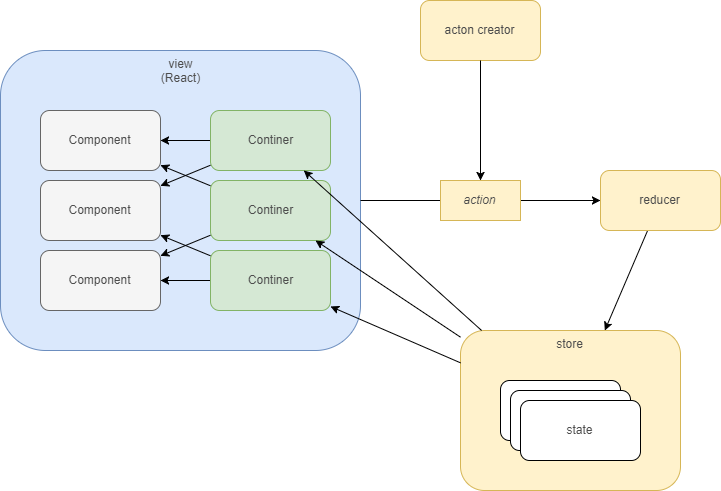
The draw.io diagram document/react-redux.png in ebi311/Electron-React-Redux-TypeScript, before a commit. Source tidied: cells renumbered, new cells last; positions are measured from the earlier drawing's top-left corner, leaving out a move shared by most shapes. Its diagram source:
```xml
<mxGraphModel background="#ffffff">
  <root>
    <mxCell id="0" />
    <mxCell id="1" parent="0" />
    <mxCell id="2" value="view&lt;br&gt;(React)&lt;br&gt;" style="rounded=1;whiteSpace=wrap;html=1;strokeColor=#6c8ebf;fillColor=#dae8fc;fontSize=12;fontColor=#4D4D4D;align=center;verticalAlign=top;" parent="1" vertex="1">
      <mxGeometry y="50" width="360" height="300" as="geometry" />
    </mxCell>
    <mxCell id="3" style="edgeStyle=none;rounded=0;html=1;jettySize=auto;strokeColor=#000000;strokeWidth=1;fontSize=12;fontColor=#4D4D4D;" parent="1" edge="1" source="4" target="21">
      <mxGeometry relative="1" as="geometry" />
    </mxCell>
    <mxCell id="4" value="reducer&lt;br&gt;" style="rounded=1;whiteSpace=wrap;html=1;strokeColor=#d6b656;fillColor=#fff2cc;fontSize=12;fontColor=#4D4D4D;align=center;" parent="1" vertex="1">
      <mxGeometry x="600" y="170" width="120" height="60" as="geometry" />
    </mxCell>
    <mxCell id="5" style="edgeStyle=none;rounded=0;html=1;jettySize=auto;strokeColor=#000000;strokeWidth=1;fontSize=12;fontColor=#4D4D4D;" parent="1" edge="1" source="2" target="4">
      <mxGeometry relative="1" as="geometry" />
    </mxCell>
    <mxCell id="6" value="action&lt;br&gt;" style="rounded=0;whiteSpace=wrap;html=1;strokeColor=#d6b656;fillColor=#fff2cc;fontSize=12;fontColor=#4D4D4D;align=center;fontStyle=2;" parent="1" vertex="1">
      <mxGeometry x="440" y="180" width="80" height="40" as="geometry" />
    </mxCell>
    <mxCell id="7" style="edgeStyle=none;rounded=0;html=1;jettySize=auto;strokeColor=#000000;strokeWidth=1;fontSize=12;fontColor=#4D4D4D;fillColor=#dae8fc;" parent="1" edge="1" source="9" target="16">
      <mxGeometry relative="1" as="geometry" />
    </mxCell>
    <mxCell id="8" style="edgeStyle=none;rounded=0;html=1;jettySize=auto;strokeColor=#000000;strokeWidth=1;fontSize=12;fontColor=#4D4D4D;" parent="1" edge="1" source="9" target="17">
      <mxGeometry relative="1" as="geometry" />
    </mxCell>
    <mxCell id="9" value="Continer&lt;br&gt;" style="rounded=1;whiteSpace=wrap;html=1;strokeColor=#82b366;fillColor=#d5e8d4;fontSize=12;fontColor=#4D4D4D;align=center;" parent="1" vertex="1">
      <mxGeometry x="210" y="110" width="120" height="60" as="geometry" />
    </mxCell>
    <mxCell id="10" style="edgeStyle=none;rounded=0;html=1;jettySize=auto;strokeColor=#000000;strokeWidth=1;fontSize=12;fontColor=#4D4D4D;" parent="1" edge="1" source="12" target="18">
      <mxGeometry relative="1" as="geometry" />
    </mxCell>
    <mxCell id="11" style="edgeStyle=none;rounded=0;html=1;jettySize=auto;strokeColor=#000000;strokeWidth=1;fontSize=12;fontColor=#4D4D4D;" parent="1" edge="1" source="12" target="16">
      <mxGeometry relative="1" as="geometry" />
    </mxCell>
    <mxCell id="12" value="Continer&lt;br&gt;" style="rounded=1;whiteSpace=wrap;html=1;strokeColor=#82b366;fillColor=#d5e8d4;fontSize=12;fontColor=#4D4D4D;align=center;" parent="1" vertex="1">
      <mxGeometry x="210" y="180" width="120" height="60" as="geometry" />
    </mxCell>
    <mxCell id="13" style="edgeStyle=none;rounded=0;html=1;jettySize=auto;strokeColor=#000000;strokeWidth=1;fontSize=12;fontColor=#4D4D4D;" parent="1" edge="1" source="15" target="17">
      <mxGeometry relative="1" as="geometry" />
    </mxCell>
    <mxCell id="14" style="edgeStyle=none;rounded=0;html=1;jettySize=auto;strokeColor=#000000;strokeWidth=1;fontSize=12;fontColor=#4D4D4D;" parent="1" edge="1" source="15" target="18">
      <mxGeometry relative="1" as="geometry" />
    </mxCell>
    <mxCell id="15" value="Continer&lt;br&gt;" style="rounded=1;whiteSpace=wrap;html=1;strokeColor=#82b366;fillColor=#d5e8d4;fontSize=12;fontColor=#4D4D4D;align=center;" parent="1" vertex="1">
      <mxGeometry x="210" y="250" width="120" height="60" as="geometry" />
    </mxCell>
    <mxCell id="16" value="Component&lt;br&gt;" style="rounded=1;whiteSpace=wrap;html=1;strokeColor=#666666;fillColor=#f5f5f5;fontSize=12;fontColor=#4D4D4D;align=center;" parent="1" vertex="1">
      <mxGeometry x="40" y="110" width="120" height="60" as="geometry" />
    </mxCell>
    <mxCell id="17" value="Component&lt;br&gt;" style="rounded=1;whiteSpace=wrap;html=1;strokeColor=#666666;fillColor=#f5f5f5;fontSize=12;fontColor=#4D4D4D;align=center;" parent="1" vertex="1">
      <mxGeometry x="40" y="180" width="120" height="60" as="geometry" />
    </mxCell>
    <mxCell id="18" value="Component&lt;br&gt;" style="rounded=1;whiteSpace=wrap;html=1;strokeColor=#666666;fillColor=#f5f5f5;fontSize=12;fontColor=#4D4D4D;align=center;" parent="1" vertex="1">
      <mxGeometry x="40" y="250" width="120" height="60" as="geometry" />
    </mxCell>
    <mxCell id="19" value="acton creator&lt;br&gt;" style="rounded=1;whiteSpace=wrap;html=1;strokeColor=#d6b656;fillColor=#fff2cc;fontSize=12;fontColor=#4D4D4D;align=center;" parent="1" vertex="1">
      <mxGeometry x="420" width="120" height="60" as="geometry" />
    </mxCell>
    <mxCell id="20" style="group;" parent="1" vertex="1">
      <mxGeometry x="460" y="330" width="220" height="160" as="geometry" />
    </mxCell>
    <mxCell id="21" value="store&lt;br&gt;" style="rounded=1;whiteSpace=wrap;html=1;strokeColor=#d6b656;fillColor=#fff2cc;fontSize=12;fontColor=#4D4D4D;align=center;verticalAlign=top;" parent="20" vertex="1">
      <mxGeometry width="220" height="160" as="geometry" />
    </mxCell>
    <mxCell id="22" style="group;" parent="20" vertex="1">
      <mxGeometry x="40" y="50" width="140" height="80" as="geometry" />
    </mxCell>
    <mxCell id="23" value="state" style="rounded=1;whiteSpace=wrap;html=1;strokeColor=#000000;fillColor=#ffffff;fontSize=12;fontColor=#4D4D4D;align=center;" parent="22" vertex="1">
      <mxGeometry width="120" height="60" as="geometry" />
    </mxCell>
    <mxCell id="24" value="state" style="rounded=1;whiteSpace=wrap;html=1;strokeColor=#000000;fillColor=#ffffff;fontSize=12;fontColor=#4D4D4D;align=center;" parent="22" vertex="1">
      <mxGeometry x="10" y="10" width="120" height="60" as="geometry" />
    </mxCell>
    <mxCell id="25" value="state" style="rounded=1;strokeColor=#000000;fillColor=#ffffff;fontSize=12;fontColor=#4D4D4D;align=center;whiteSpace=wrap;html=1;" parent="22" vertex="1">
      <mxGeometry x="20" y="20" width="120" height="60" as="geometry" />
    </mxCell>
    <mxCell id="26" style="edgeStyle=none;rounded=0;html=1;jettySize=auto;strokeColor=#000000;strokeWidth=1;fontSize=12;fontColor=#4D4D4D;" parent="1" edge="1" source="21" target="9">
      <mxGeometry relative="1" as="geometry" />
    </mxCell>
    <mxCell id="27" style="edgeStyle=none;rounded=0;html=1;jettySize=auto;strokeColor=#000000;strokeWidth=1;fontSize=12;fontColor=#4D4D4D;" parent="1" edge="1" source="21" target="12">
      <mxGeometry relative="1" as="geometry" />
    </mxCell>
    <mxCell id="28" style="edgeStyle=none;rounded=0;html=1;jettySize=auto;strokeColor=#000000;strokeWidth=1;fontSize=12;fontColor=#4D4D4D;" parent="1" edge="1" source="21" target="15">
      <mxGeometry relative="1" as="geometry" />
    </mxCell>
    <mxCell id="29" style="edgeStyle=none;rounded=0;html=1;jettySize=auto;strokeColor=#000000;strokeWidth=1;fontSize=12;fontColor=#4D4D4D;" parent="1" edge="1" source="19" target="6">
      <mxGeometry relative="1" as="geometry" />
    </mxCell>
  </root>
</mxGraphModel>
```
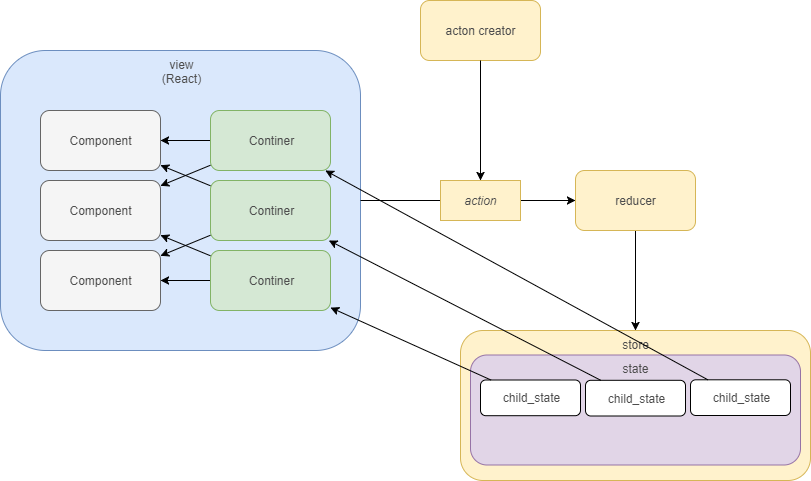
Later version of the same file.

Commit message:
画像の変更・追加

The edit, as a diff of the source:
```diff
@@ -2,6 +2,30 @@
   <root>
     <mxCell id="0" />
     <mxCell id="1" parent="0" />
+    <mxCell id="30" style="group;" parent="1" vertex="1">
+      <mxGeometry x="460" y="330" width="350" height="150" as="geometry" />
+    </mxCell>
+    <mxCell id="21" value="store&lt;br&gt;" style="rounded=1;whiteSpace=wrap;html=1;strokeColor=#d6b656;fillColor=#fff2cc;fontSize=12;fontColor=#4D4D4D;align=center;verticalAlign=top;" parent="30" vertex="1">
+      <mxGeometry width="350" height="150" as="geometry" />
+    </mxCell>
+    <mxCell id="31" style="group;" parent="30" vertex="1">
+      <mxGeometry x="10" y="24.5" width="330" height="110" as="geometry" />
+    </mxCell>
+    <mxCell id="32" value="state" style="rounded=1;whiteSpace=wrap;html=1;strokeColor=#9673a6;fillColor=#e1d5e7;fontSize=12;fontColor=#4D4D4D;align=center;verticalAlign=top;" parent="31" vertex="1">
+      <mxGeometry width="330" height="110" as="geometry" />
+    </mxCell>
+    <mxCell id="33" style="group;" parent="31" vertex="1">
+      <mxGeometry x="20" y="25" width="250" height="36" as="geometry" />
+    </mxCell>
+    <mxCell id="23" value="child_state" style="rounded=1;whiteSpace=wrap;html=1;strokeColor=#000000;fillColor=#ffffff;fontSize=12;fontColor=#4D4D4D;align=center;" parent="33" vertex="1">
+      <mxGeometry x="-10" width="100" height="35.7" as="geometry" />
+    </mxCell>
+    <mxCell id="24" value="child_state" style="rounded=1;whiteSpace=wrap;html=1;strokeColor=#000000;fillColor=#ffffff;fontSize=12;fontColor=#4D4D4D;align=center;" parent="33" vertex="1">
+      <mxGeometry x="95" y="0.3" width="100" height="35.7" as="geometry" />
+    </mxCell>
+    <mxCell id="25" value="child_state" style="rounded=1;strokeColor=#000000;fillColor=#ffffff;fontSize=12;fontColor=#4D4D4D;align=center;whiteSpace=wrap;html=1;" parent="33" vertex="1">
+      <mxGeometry x="200" y="-0.2" width="100" height="35.7" as="geometry" />
+    </mxCell>
     <mxCell id="2" value="view&lt;br&gt;(React)&lt;br&gt;" style="rounded=1;whiteSpace=wrap;html=1;strokeColor=#6c8ebf;fillColor=#dae8fc;fontSize=12;fontColor=#4D4D4D;align=center;verticalAlign=top;" parent="1" vertex="1">
       <mxGeometry y="50" width="360" height="300" as="geometry" />
     </mxCell>
@@ -9,7 +33,7 @@
       <mxGeometry relative="1" as="geometry" />
     </mxCell>
     <mxCell id="4" value="reducer&lt;br&gt;" style="rounded=1;whiteSpace=wrap;html=1;strokeColor=#d6b656;fillColor=#fff2cc;fontSize=12;fontColor=#4D4D4D;align=center;" parent="1" vertex="1">
-      <mxGeometry x="600" y="170" width="120" height="60" as="geometry" />
+      <mxGeometry x="575" y="170" width="120" height="60" as="geometry" />
     </mxCell>
     <mxCell id="5" style="edgeStyle=none;rounded=0;html=1;jettySize=auto;strokeColor=#000000;strokeWidth=1;fontSize=12;fontColor=#4D4D4D;" parent="1" edge="1" source="2" target="4">
       <mxGeometry relative="1" as="geometry" />
@@ -56,31 +80,13 @@
     <mxCell id="19" value="acton creator&lt;br&gt;" style="rounded=1;whiteSpace=wrap;html=1;strokeColor=#d6b656;fillColor=#fff2cc;fontSize=12;fontColor=#4D4D4D;align=center;" parent="1" vertex="1">
       <mxGeometry x="420" width="120" height="60" as="geometry" />
     </mxCell>
-    <mxCell id="20" style="group;" parent="1" vertex="1">
-      <mxGeometry x="460" y="330" width="220" height="160" as="geometry" />
-    </mxCell>
-    <mxCell id="21" value="store&lt;br&gt;" style="rounded=1;whiteSpace=wrap;html=1;strokeColor=#d6b656;fillColor=#fff2cc;fontSize=12;fontColor=#4D4D4D;align=center;verticalAlign=top;" parent="20" vertex="1">
-      <mxGeometry width="220" height="160" as="geometry" />
-    </mxCell>
-    <mxCell id="22" style="group;" parent="20" vertex="1">
-      <mxGeometry x="40" y="50" width="140" height="80" as="geometry" />
-    </mxCell>
-    <mxCell id="23" value="state" style="rounded=1;whiteSpace=wrap;html=1;strokeColor=#000000;fillColor=#ffffff;fontSize=12;fontColor=#4D4D4D;align=center;" parent="22" vertex="1">
-      <mxGeometry width="120" height="60" as="geometry" />
-    </mxCell>
-    <mxCell id="24" value="state" style="rounded=1;whiteSpace=wrap;html=1;strokeColor=#000000;fillColor=#ffffff;fontSize=12;fontColor=#4D4D4D;align=center;" parent="22" vertex="1">
-      <mxGeometry x="10" y="10" width="120" height="60" as="geometry" />
-    </mxCell>
-    <mxCell id="25" value="state" style="rounded=1;strokeColor=#000000;fillColor=#ffffff;fontSize=12;fontColor=#4D4D4D;align=center;whiteSpace=wrap;html=1;" parent="22" vertex="1">
-      <mxGeometry x="20" y="20" width="120" height="60" as="geometry" />
-    </mxCell>
-    <mxCell id="26" style="edgeStyle=none;rounded=0;html=1;jettySize=auto;strokeColor=#000000;strokeWidth=1;fontSize=12;fontColor=#4D4D4D;" parent="1" edge="1" source="21" target="9">
+    <mxCell id="26" style="edgeStyle=none;rounded=0;html=1;jettySize=auto;strokeColor=#000000;strokeWidth=1;fontSize=12;fontColor=#4D4D4D;" parent="1" edge="1" source="25" target="9">
       <mxGeometry relative="1" as="geometry" />
     </mxCell>
-    <mxCell id="27" style="edgeStyle=none;rounded=0;html=1;jettySize=auto;strokeColor=#000000;strokeWidth=1;fontSize=12;fontColor=#4D4D4D;" parent="1" edge="1" source="21" target="12">
+    <mxCell id="27" style="edgeStyle=none;rounded=0;html=1;jettySize=auto;strokeColor=#000000;strokeWidth=1;fontSize=12;fontColor=#4D4D4D;" parent="1" edge="1" source="24" target="12">
       <mxGeometry relative="1" as="geometry" />
     </mxCell>
-    <mxCell id="28" style="edgeStyle=none;rounded=0;html=1;jettySize=auto;strokeColor=#000000;strokeWidth=1;fontSize=12;fontColor=#4D4D4D;" parent="1" edge="1" source="21" target="15">
+    <mxCell id="28" style="edgeStyle=none;rounded=0;html=1;jettySize=auto;strokeColor=#000000;strokeWidth=1;fontSize=12;fontColor=#4D4D4D;" parent="1" edge="1" source="23" target="15">
       <mxGeometry relative="1" as="geometry" />
     </mxCell>
     <mxCell id="29" style="edgeStyle=none;rounded=0;html=1;jettySize=auto;strokeColor=#000000;strokeWidth=1;fontSize=12;fontColor=#4D4D4D;" parent="1" edge="1" source="19" target="6">
```
